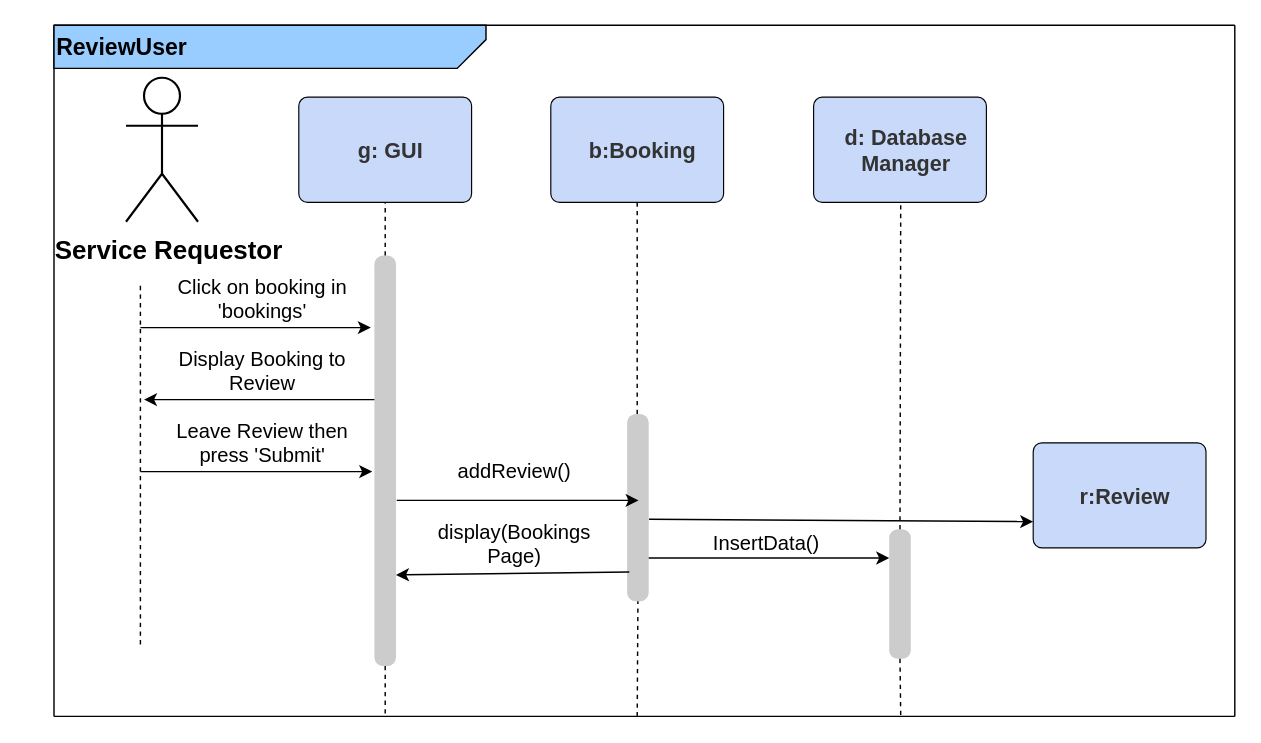
Above: SequenceDiagrams.drawio in willdonlan8/test (draw.io), before the change. Source tidied: cells renumbered, new cells numbered last; positions are measured from the earlier drawing's top-left corner, leaving out a move shared by most shapes. Both pictures are drawn from the tidied source at 144%, with x=0, y=0 at pixel (24, 24).
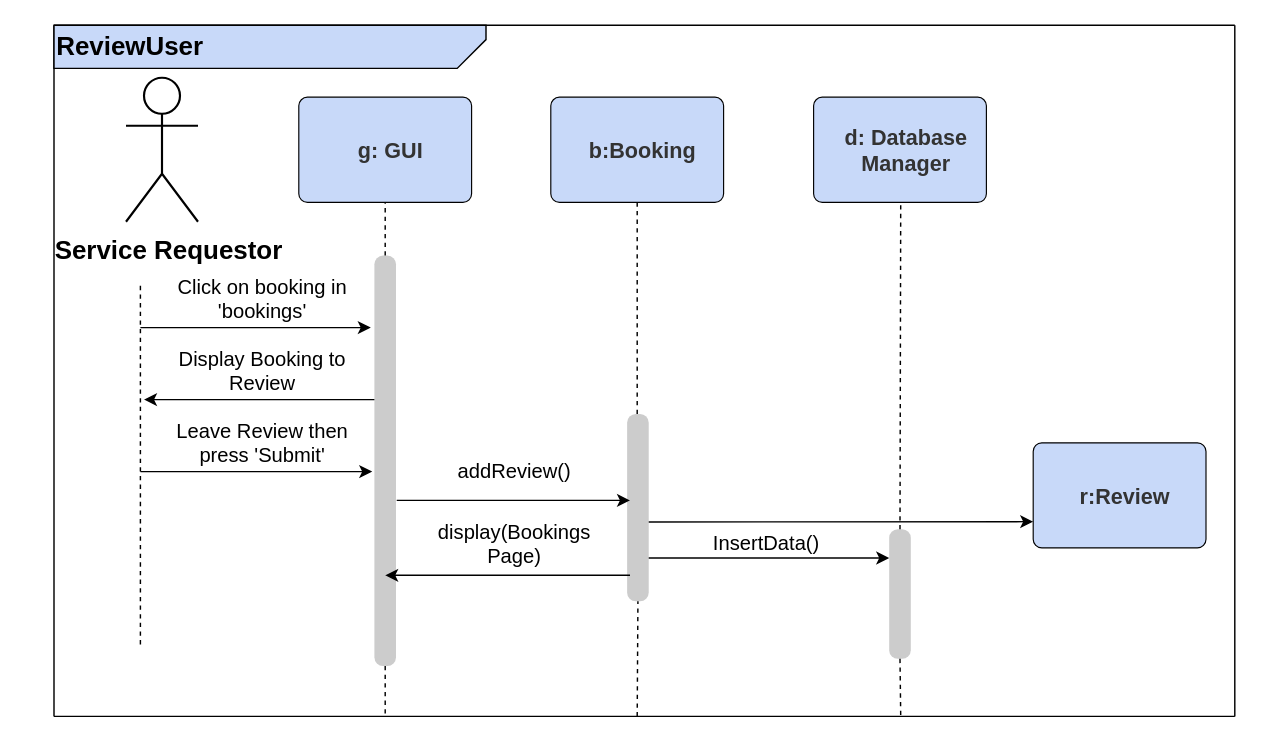
Above is the later version.

Unchanged cells that the change refers to:
```xml
<mxCell id="9" value="r:Review" style="html=1;overflow=block;blockSpacing=1;whiteSpace=wrap;whiteSpace=wrap;fontSize=15;fontColor=#333333;fontStyle=1;spacingLeft=8.4;spacing=3.8;strokeOpacity=100;fillOpacity=100;rounded=1;absoluteArcSize=1;arcSize=12;fillColor=#c8d9f9;strokeWidth=0.8;" parent="1" vertex="1">
  <mxGeometry x="700" y="290" width="120" height="73" as="geometry" />
</mxCell>
<mxCell id="12" style="html=1;overflow=block;blockSpacing=1;whiteSpace=wrap;whiteSpace=wrap;fontSize=13;spacingLeft=8.4;spacing=3.8;strokeOpacity=0;fillOpacity=100;rounded=1;absoluteArcSize=1;arcSize=12;fillColor=#cccccc;strokeWidth=0.8;" parent="1" vertex="1">
  <mxGeometry x="242.5" y="160" width="15" height="285" as="geometry" />
</mxCell>
<mxCell id="22" style="html=1;overflow=block;blockSpacing=1;whiteSpace=wrap;whiteSpace=wrap;fontSize=13;spacingLeft=8.4;spacing=3.8;strokeOpacity=0;fillOpacity=100;rounded=1;absoluteArcSize=1;arcSize=12;fillColor=#cccccc;strokeWidth=0.8;" parent="1" vertex="1">
  <mxGeometry x="418" y="270" width="15" height="130" as="geometry" />
</mxCell>
```

The edit, as a diff of the source:
```diff
@@
-    <mxCell id="6" value="&lt;font size=&quot;3&quot;&gt;&lt;b&gt;ReviewUser&lt;/b&gt;&lt;/font&gt;" style="shape=card;whiteSpace=wrap;html=1;shadow=0;direction=north;size=20;flipH=1;fillColor=#99CCFF;align=left;" parent="1" vertex="1">
+    <mxCell id="6" value="&lt;font style=&quot;font-size: 18px&quot;&gt;&lt;b&gt;ReviewUser&lt;/b&gt;&lt;/font&gt;" style="shape=card;whiteSpace=wrap;html=1;shadow=0;direction=north;size=20;flipH=1;fillColor=#C8D9F9;align=left;" parent="1" vertex="1">
       <mxGeometry x="20" width="300" height="30" as="geometry" />
     </mxCell>
@@
     <mxCell id="25" style="endArrow=classic;html=1;" parent="1" edge="1">
       <mxGeometry relative="1" as="geometry">
         <mxPoint x="258" y="330" as="sourcePoint" />
-        <mxPoint x="426" y="330" as="targetPoint" />
+        <mxPoint x="420" y="330" as="targetPoint" />
         <Array as="points">
           <mxPoint x="400" y="330" />
         </Array>
       </mxGeometry>
     </mxCell>
@@
-    <mxCell id="30" style="endArrow=classic;html=1;exitX=1.017;exitY=0.562;exitDx=0;exitDy=0;entryX=0;entryY=0.75;entryDx=0;entryDy=0;exitPerimeter=0;" parent="1" edge="1" source="22" target="9">
-      <mxGeometry relative="1" as="geometry" />
+    <mxCell id="30" style="endArrow=classic;html=1;entryX=0;entryY=0.75;entryDx=0;entryDy=0;" parent="1" edge="1" target="9">
+      <mxGeometry relative="1" as="geometry">
+        <mxPoint x="433" y="345" as="sourcePoint" />
+      </mxGeometry>
     </mxCell>
-    <mxCell id="31" style="endArrow=classic;html=1;exitX=0.1;exitY=0.844;exitDx=0;exitDy=0;entryX=1;entryY=0.778;entryDx=0;entryDy=0;exitPerimeter=0;entryPerimeter=0;" parent="1" edge="1" source="22" target="12">
-      <mxGeometry relative="1" as="geometry" />
+    <mxCell id="31" style="endArrow=classic;html=1;" parent="1" edge="1">
+      <mxGeometry relative="1" as="geometry">
+        <mxPoint x="420" y="382" as="sourcePoint" />
+        <mxPoint x="250" y="382" as="targetPoint" />
+      </mxGeometry>
     </mxCell>
```
